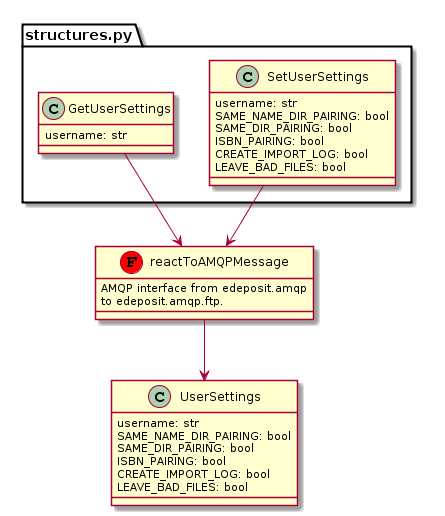
Earlier version of the PlantUML export docs/_static/set_get_settings.png (edeposit/edeposit.amqp.ftp).
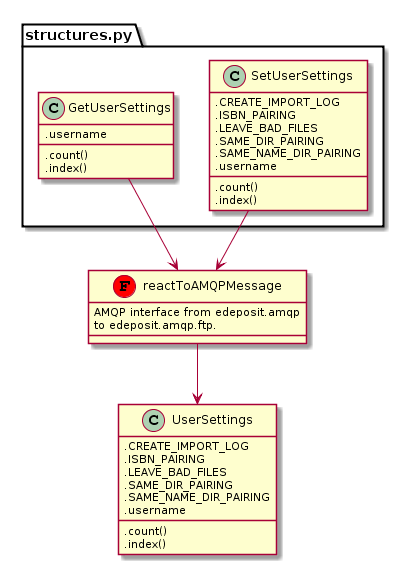
Later version of the same file.

Commit message:
UML set/get settings updated.

What changed in the source:
```diff
@@ -1,15 +1,19 @@
 @startuml
 package "structures.py" as UMR {
     class SetUserSettings {
-    	username: str
-    	SAME_NAME_DIR_PAIRING: bool
-    	SAME_DIR_PAIRING: bool
-    	ISBN_PAIRING: bool
-    	CREATE_IMPORT_LOG: bool
-    	LEAVE_BAD_FILES: bool
+        .CREATE_IMPORT_LOG
+        .ISBN_PAIRING
+        .LEAVE_BAD_FILES
+        .SAME_DIR_PAIRING
+        .SAME_NAME_DIR_PAIRING
+        .username
+        .count()
+        .index()
     }
     class GetUserSettings {
-    	username: str
+        .username
+        .count()
+        .index()
     }
 }
 
@@ -20,12 +24,14 @@
 }
 
 class UserSettings {
-	username: str
-	SAME_NAME_DIR_PAIRING: bool
-	SAME_DIR_PAIRING: bool
-	ISBN_PAIRING: bool
-	CREATE_IMPORT_LOG: bool
-	LEAVE_BAD_FILES: bool
+    .CREATE_IMPORT_LOG
+    .ISBN_PAIRING
+    .LEAVE_BAD_FILES
+    .SAME_DIR_PAIRING
+    .SAME_NAME_DIR_PAIRING
+    .username
+    .count()
+    .index()
 }
 
 SetUserSettings --> reactToAMQPMessage
```
